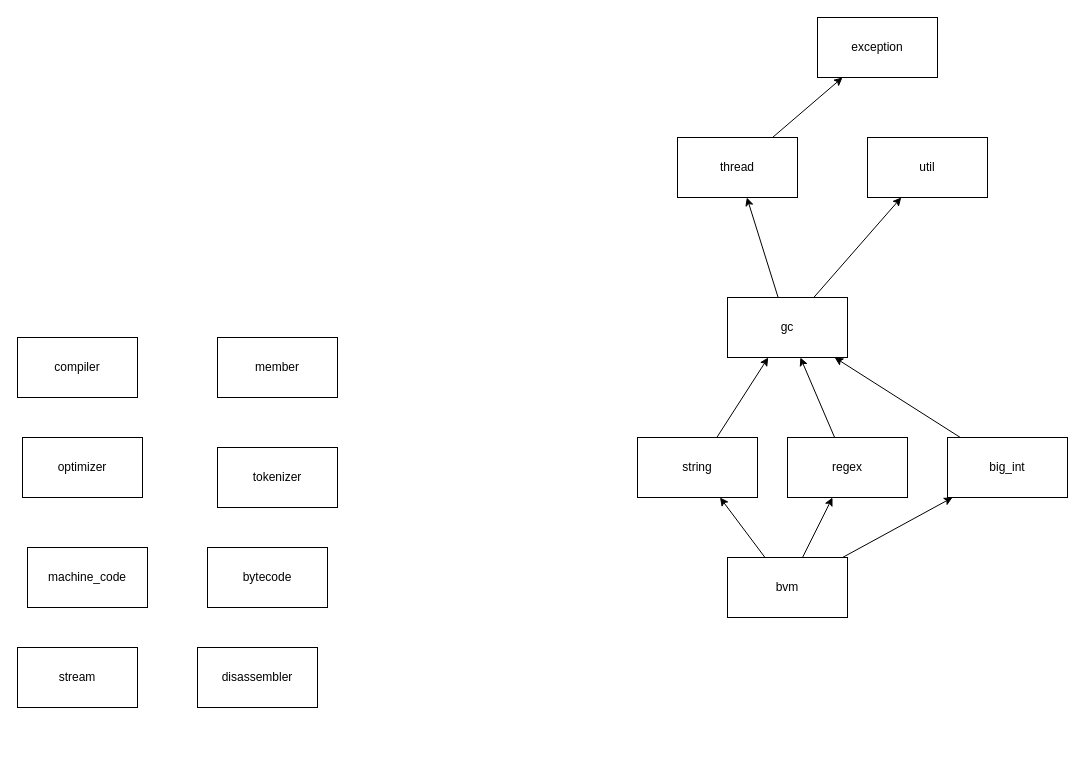
The draw.io diagram page "Dependencies" (3 of 3) of Components.drawio in bialang/bia, before the edit. Source tidied: cells renumbered, new cells numbered last; positions are measured from the earlier drawing's top-left corner, leaving out a move shared by most shapes. Both pictures are drawn from the tidied source at 100%, with x=0, y=0 at pixel (17, 17).
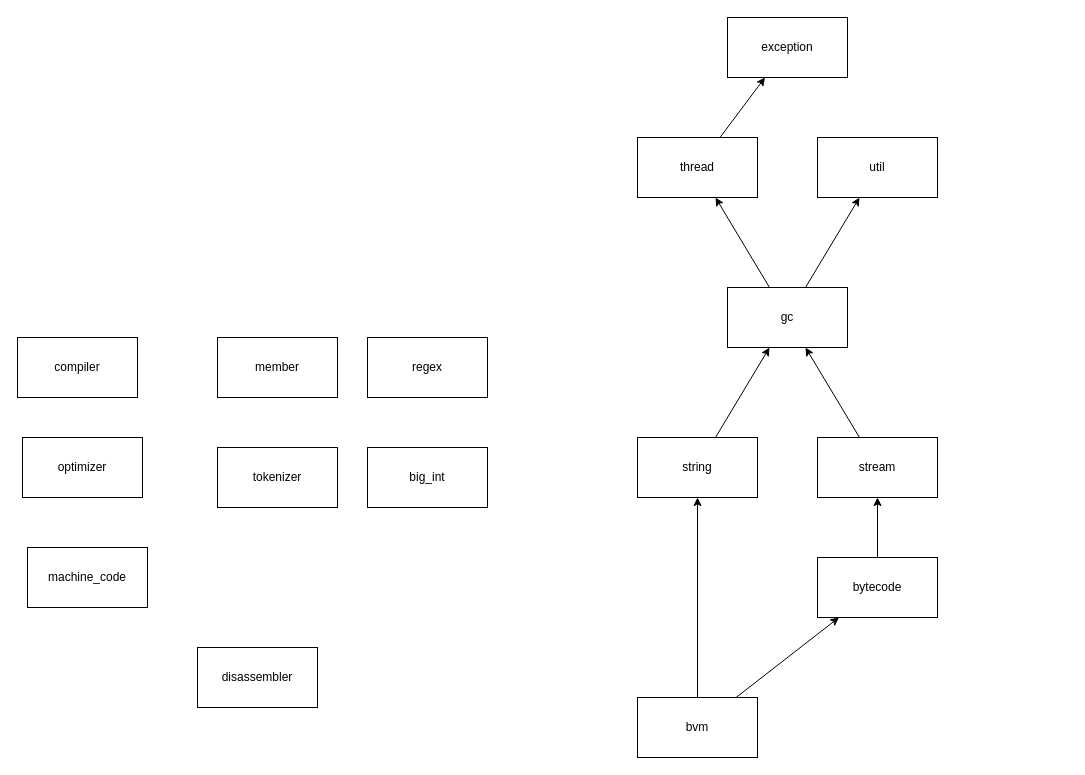
The same page after the edit.

The edit, as a diff of the source:
```diff
@@
     <mxCell id="2" value="exception" style="rounded=0;whiteSpace=wrap;html=1;" parent="1" vertex="1">
-      <mxGeometry x="800" width="120" height="60" as="geometry" />
+      <mxGeometry x="710" width="120" height="60" as="geometry" />
     </mxCell>
@@
     <mxCell id="5" value="gc" style="rounded=0;whiteSpace=wrap;html=1;" parent="1" vertex="1">
-      <mxGeometry x="710" y="280" width="120" height="60" as="geometry" />
+      <mxGeometry x="710" y="270" width="120" height="60" as="geometry" />
     </mxCell>
@@
     <mxCell id="7" value="thread" style="rounded=0;whiteSpace=wrap;html=1;" parent="1" vertex="1">
-      <mxGeometry x="660" y="120" width="120" height="60" as="geometry" />
+      <mxGeometry x="620" y="120" width="120" height="60" as="geometry" />
     </mxCell>
@@
-    <mxCell id="10" style="edgeStyle=none;rounded=0;jettySize=auto;html=1;" parent="1" edge="1" source="11" target="5">
-      <mxGeometry relative="1" as="geometry" />
-    </mxCell>
     <mxCell id="11" value="regex" style="rounded=0;whiteSpace=wrap;html=1;" parent="1" vertex="1">
-      <mxGeometry x="770" y="420" width="120" height="60" as="geometry" />
+      <mxGeometry x="350" y="320" width="120" height="60" as="geometry" />
     </mxCell>
-    <mxCell id="12" style="edgeStyle=none;rounded=0;jettySize=auto;html=1;" parent="1" edge="1" source="13" target="5">
-      <mxGeometry relative="1" as="geometry" />
-    </mxCell>
     <mxCell id="13" value="big_int" style="rounded=0;whiteSpace=wrap;html=1;" parent="1" vertex="1">
-      <mxGeometry x="930" y="420" width="120" height="60" as="geometry" />
+      <mxGeometry x="350" y="430" width="120" height="60" as="geometry" />
     </mxCell>
     <mxCell id="14" value="util" style="rounded=0;whiteSpace=wrap;html=1;" parent="1" vertex="1">
-      <mxGeometry x="850" y="120" width="120" height="60" as="geometry" />
+      <mxGeometry x="800" y="120" width="120" height="60" as="geometry" />
     </mxCell>
@@
-    <mxCell id="16" style="edgeStyle=none;rounded=0;jettySize=auto;html=1;" parent="1" edge="1" source="18" target="11">
-      <mxGeometry relative="1" as="geometry" />
-    </mxCell>
-    <mxCell id="17" style="edgeStyle=none;rounded=0;jettySize=auto;html=1;" parent="1" edge="1" source="18" target="13">
-      <mxGeometry relative="1" as="geometry" />
-    </mxCell>
+    <mxCell id="27" style="edgeStyle=none;rounded=0;jettySize=auto;html=1;" parent="1" edge="1" source="18" target="24">
+      <mxGeometry relative="1" as="geometry" />
+    </mxCell>
     <mxCell id="18" value="bvm" style="rounded=0;whiteSpace=wrap;html=1;" parent="1" vertex="1">
-      <mxGeometry x="710" y="540" width="120" height="60" as="geometry" />
+      <mxGeometry x="620" y="680" width="120" height="60" as="geometry" />
     </mxCell>
@@
+    <mxCell id="28" style="edgeStyle=none;rounded=0;jettySize=auto;html=1;" parent="1" edge="1" source="24" target="25">
+      <mxGeometry relative="1" as="geometry" />
+    </mxCell>
     <mxCell id="24" value="bytecode" style="rounded=0;whiteSpace=wrap;html=1;" parent="1" vertex="1">
-      <mxGeometry x="190" y="530" width="120" height="60" as="geometry" />
+      <mxGeometry x="800" y="540" width="120" height="60" as="geometry" />
     </mxCell>
+    <mxCell id="29" style="edgeStyle=none;rounded=0;jettySize=auto;html=1;" parent="1" edge="1" source="25" target="5">
+      <mxGeometry relative="1" as="geometry" />
+    </mxCell>
     <mxCell id="25" value="stream" style="rounded=0;whiteSpace=wrap;html=1;" parent="1" vertex="1">
-      <mxGeometry y="630" width="120" height="60" as="geometry" />
+      <mxGeometry x="800" y="420" width="120" height="60" as="geometry" />
     </mxCell>
```
